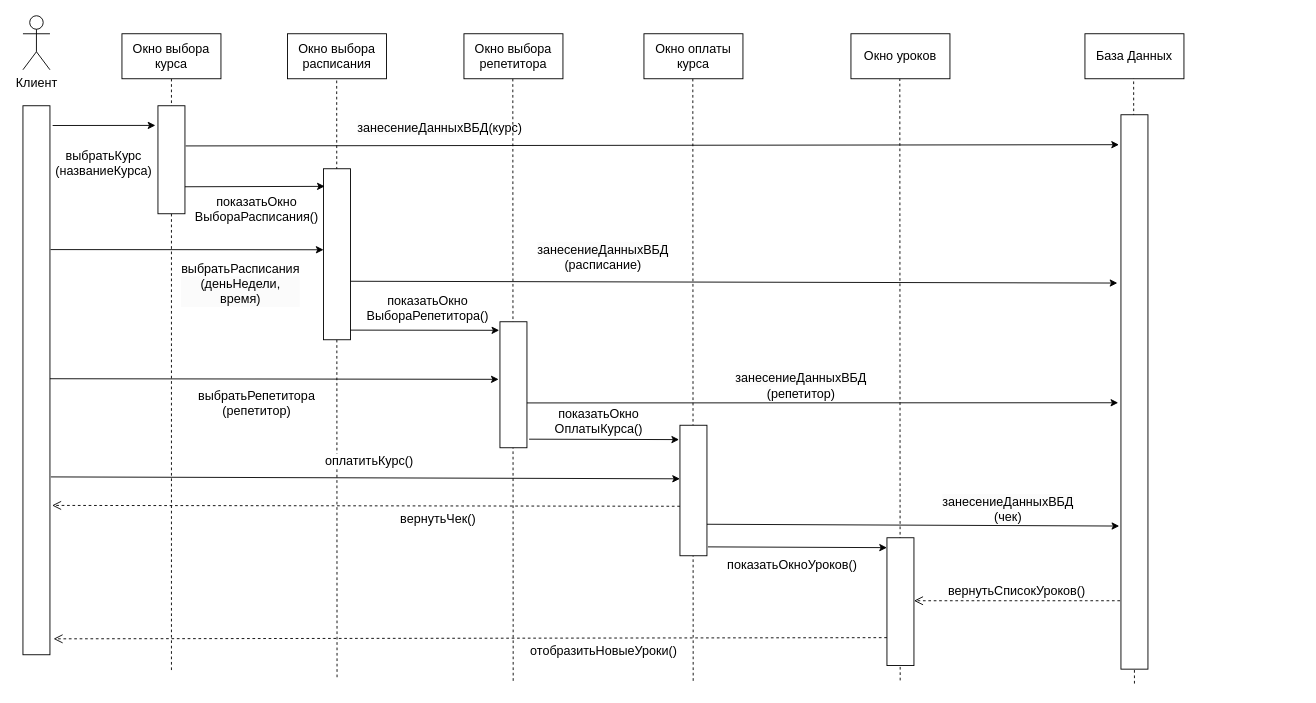
The draw.io diagram OnlineSchool_Диаграмма_Последовательности.drawio in Deviky/FOREVASIAOD, before the edit. Source tidied: cells renumbered, new cells numbered last; positions are measured from the earlier drawing's top-left corner, leaving out a move shared by most shapes. Both pictures are drawn from the tidied source at 90%, with x=0, y=0 at pixel (22, 15).
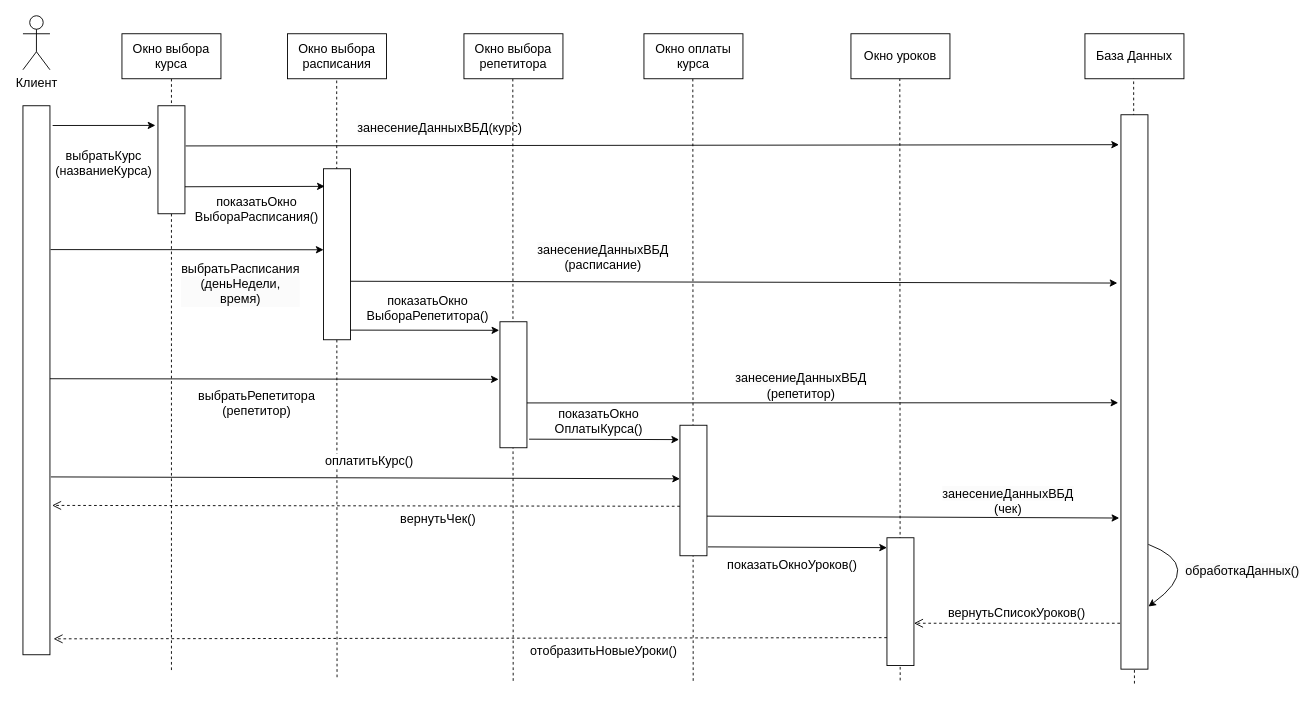
The same diagram, later.

The change refers to these unchanged cells:
```xml
<mxCell id="23" style="rounded=0;whiteSpace=wrap;html=1;fontSize=14;" parent="1" vertex="1">
  <mxGeometry x="1220" y="110" width="30" height="616" as="geometry" />
</mxCell>
```

The edit, as a diff of the source:
```diff
@@
     <mxCell id="36" style="endArrow=classic;html=1;rounded=0;entryX=-0.065;entryY=0.617;entryDx=0;entryDy=0;entryPerimeter=0;exitX=1;exitY=0.5;exitDx=0;exitDy=0;fontSize=14;" parent="1" edge="1">
       <mxGeometry relative="1" as="geometry">
-        <mxPoint x="760" y="565" as="sourcePoint" />
-        <mxPoint x="1218.1" y="567" as="targetPoint" />
+        <mxPoint x="760" y="556" as="sourcePoint" />
+        <mxPoint x="1218.1" y="558.1" as="targetPoint" />
       </mxGeometry>
     </mxCell>
@@
     <mxCell id="39" value="вернутьСписокУроков()" style="html=1;verticalAlign=bottom;endArrow=open;dashed=1;endSize=8;curved=0;rounded=0;fontSize=14;" parent="1" edge="1">
       <mxGeometry relative="1" as="geometry">
-        <mxPoint x="1219" y="650" as="sourcePoint" />
-        <mxPoint x="990" y="650" as="targetPoint" />
+        <mxPoint x="1219" y="675" as="sourcePoint" />
+        <mxPoint x="990" y="675" as="targetPoint" />
       </mxGeometry>
     </mxCell>
@@
     <mxCell id="43" value="&lt;span style=&quot;color: rgb(0, 0, 0); font-family: Helvetica; font-size: 14px; font-style: normal; font-variant-ligatures: normal; font-variant-caps: normal; font-weight: 400; letter-spacing: normal; orphans: 2; text-align: center; text-indent: 0px; text-transform: none; widows: 2; word-spacing: 0px; -webkit-text-stroke-width: 0px; white-space: normal; background-color: rgb(251, 251, 251); text-decoration-thickness: initial; text-decoration-style: initial; text-decoration-color: initial; float: none; display: inline !important;&quot;&gt;занесениеДанныхВБД&lt;/span&gt;&lt;div style=&quot;text-align: center; font-size: 14px;&quot;&gt;&lt;span style=&quot;color: rgb(0, 0, 0); font-family: Helvetica; font-size: 14px; font-style: normal; font-variant-ligatures: normal; font-variant-caps: normal; font-weight: 400; letter-spacing: normal; orphans: 2; text-indent: 0px; text-transform: none; widows: 2; word-spacing: 0px; -webkit-text-stroke-width: 0px; white-space: normal; background-color: rgb(251, 251, 251); text-decoration-thickness: initial; text-decoration-style: initial; text-decoration-color: initial; float: none; display: inline !important;&quot;&gt;(чек&lt;/span&gt;&lt;span style=&quot;text-align: center; background-color: initial; font-size: 14px;&quot;&gt;)&lt;/span&gt;&lt;/div&gt;" style="text;whiteSpace=wrap;html=1;fontSize=14;" parent="1" vertex="1">
-      <mxGeometry x="1020" y="525" width="130" height="35" as="geometry" />
+      <mxGeometry x="1020" y="516" width="130" height="35" as="geometry" />
     </mxCell>
@@
+    <mxCell id="49" style="endArrow=classic;html=1;rounded=0;exitX=1.016;exitY=0.775;exitDx=0;exitDy=0;fontSize=14;entryX=1.016;entryY=0.887;entryDx=0;entryDy=0;entryPerimeter=0;edgeStyle=orthogonalEdgeStyle;curved=1;exitPerimeter=0;" parent="1" edge="1" source="23" target="23">
+      <mxGeometry relative="1" as="geometry">
+        <Array as="points">
+          <mxPoint x="1313" y="611" />
+        </Array>
+      </mxGeometry>
+    </mxCell>
+    <mxCell id="50" value="&lt;div style=&quot;text-align: center;&quot;&gt;&lt;span style=&quot;background-color: rgb(251, 251, 251);&quot;&gt;обработкаДанных()&lt;/span&gt;&lt;/div&gt;" style="text;whiteSpace=wrap;html=1;fontSize=14;" parent="1" vertex="1">
+      <mxGeometry x="1290" y="602" width="130" height="28" as="geometry" />
+    </mxCell>
```
